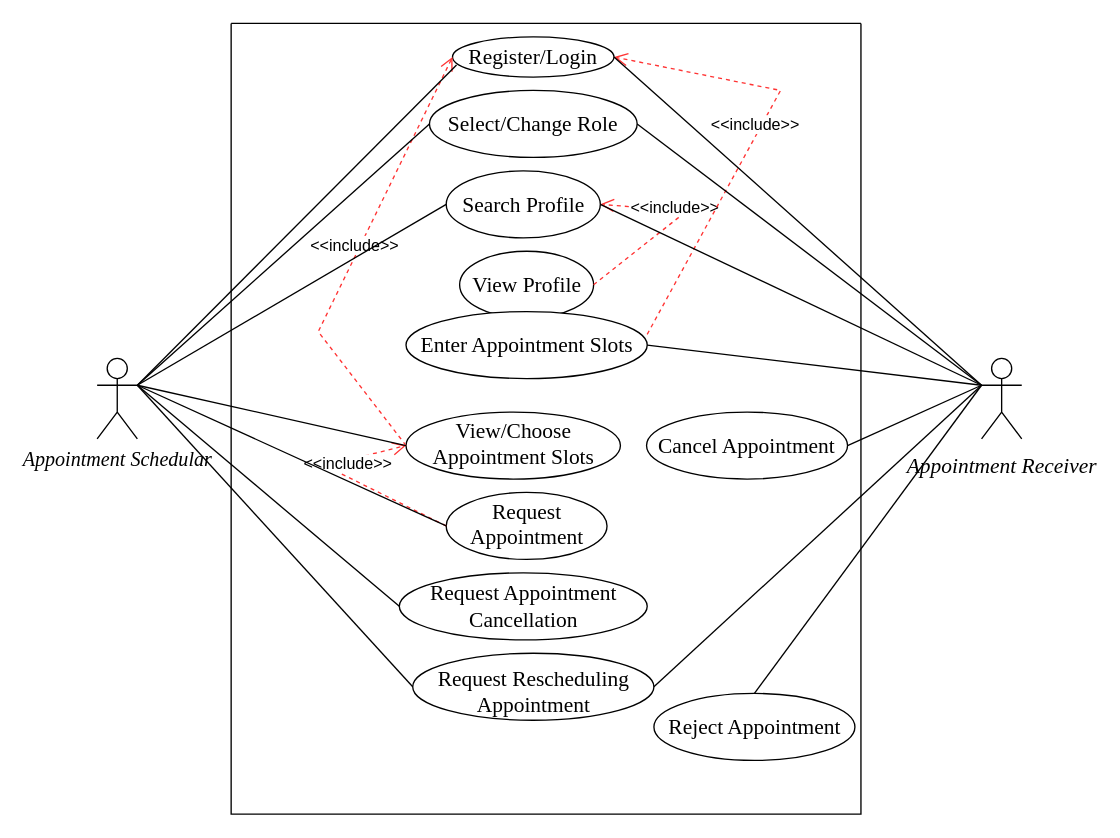
This is UseCase v1.1.drawio from Yash7200/CP-1, a draw.io file, before an edit. Source tidied: cells renumbered, new cells numbered last; positions are measured from the earlier drawing's top-left corner, leaving out a move shared by most shapes. Both pictures are drawn from the tidied source at 134%, with x=0, y=0 at pixel (96, 23).
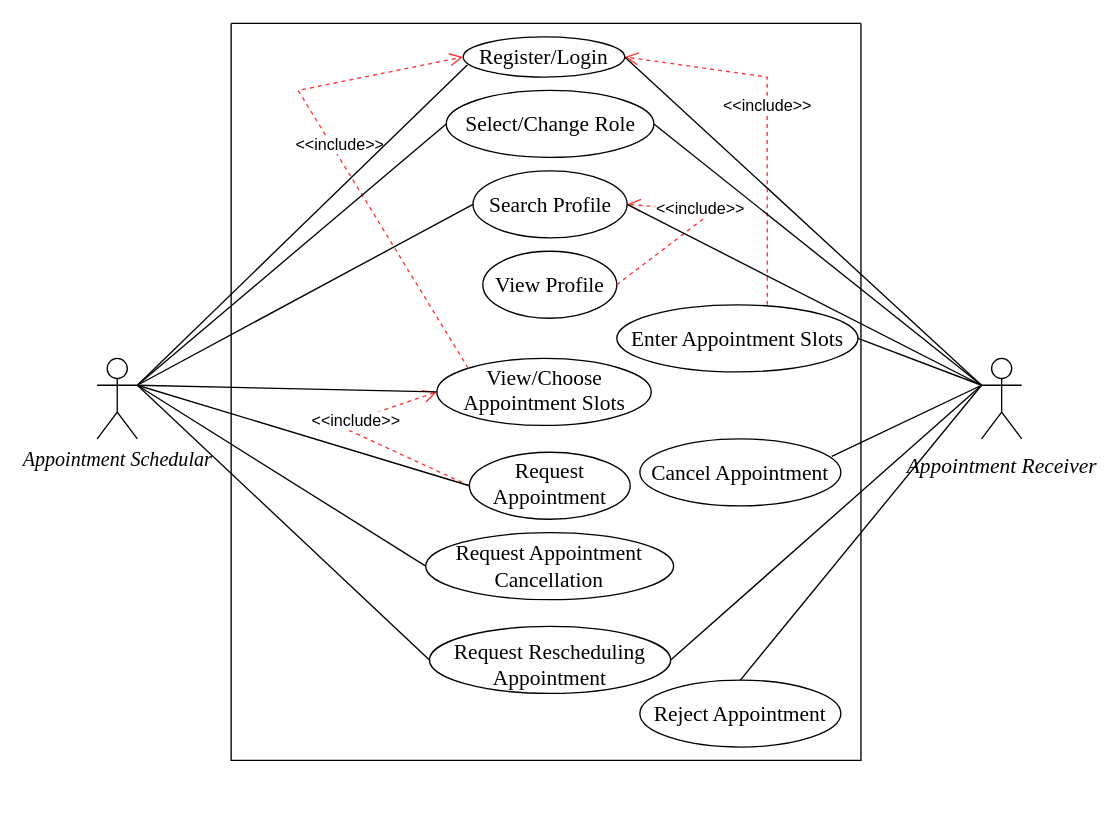
Above is the later version.

Unchanged cells that the change refers to:
```xml
<mxCell id="19" value="&lt;div&gt;Appointment Receiver&lt;/div&gt;&lt;div&gt;&lt;br&gt;&lt;/div&gt;" style="shape=umlActor;verticalLabelPosition=bottom;verticalAlign=middle;html=1;fontFamily=Times New Roman;fontSize=16;horizontal=1;fontStyle=2;" parent="1" vertex="1">
  <mxGeometry x="660" y="250" width="30" height="60" as="geometry" />
</mxCell>
```

What changed in the source:
```diff
@@
     <mxCell id="3" style="swimlane;startSize=0;" parent="1" vertex="1">
-      <mxGeometry x="100" width="470" height="590" as="geometry" />
+      <mxGeometry x="100" width="470" height="550" as="geometry" />
     </mxCell>
     <mxCell id="4" value="&lt;div&gt;Search Profile&lt;/div&gt;" style="ellipse;whiteSpace=wrap;html=1;fontFamily=Times New Roman;fontSize=16;" parent="3" vertex="1">
-      <mxGeometry x="160.5" y="110" width="115" height="50" as="geometry" />
+      <mxGeometry x="180.5" y="110" width="115" height="50" as="geometry" />
     </mxCell>
     <mxCell id="5" value="&lt;div&gt;View Profile&lt;/div&gt;" style="ellipse;whiteSpace=wrap;html=1;fontFamily=Times New Roman;fontSize=16;verticalAlign=middle;" parent="3" vertex="1">
-      <mxGeometry x="170.5" y="170" width="100" height="50" as="geometry" />
+      <mxGeometry x="187.8" y="170" width="100" height="50" as="geometry" />
     </mxCell>
     <mxCell id="6" value="Reject Appointment" style="ellipse;whiteSpace=wrap;html=1;fontFamily=Times New Roman;fontSize=16;verticalAlign=middle;" parent="3" vertex="1">
-      <mxGeometry x="315.5" y="500" width="150" height="50" as="geometry" />
+      <mxGeometry x="305" y="490" width="150" height="50" as="geometry" />
     </mxCell>
     <mxCell id="7" value="Request Rescheduling Appointment" style="ellipse;whiteSpace=wrap;html=1;fontFamily=Times New Roman;fontSize=16;verticalAlign=bottom;" parent="3" vertex="1">
-      <mxGeometry x="135.5" y="470" width="180" height="50" as="geometry" />
+      <mxGeometry x="148" y="450" width="180" height="50" as="geometry" />
     </mxCell>
     <mxCell id="8" value="Request Appointment Cancellation" style="ellipse;whiteSpace=wrap;html=1;fontFamily=Times New Roman;fontSize=16;" parent="3" vertex="1">
-      <mxGeometry x="125.5" y="410" width="185" height="50" as="geometry" />
+      <mxGeometry x="145.2" y="380" width="185" height="50" as="geometry" />
     </mxCell>
     <mxCell id="9" value="Enter Appointment Slots" style="ellipse;whiteSpace=wrap;html=1;fontFamily=Times New Roman;fontSize=16;verticalAlign=middle;" parent="3" vertex="1">
-      <mxGeometry x="130.5" y="215" width="180" height="50" as="geometry" />
+      <mxGeometry x="287.8" y="210" width="180" height="50" as="geometry" />
     </mxCell>
     <mxCell id="10" value="Register/Login" style="ellipse;whiteSpace=wrap;html=1;fontFamily=Times New Roman;fontSize=16;verticalAlign=middle;spacing=0;" parent="3" vertex="1">
-      <mxGeometry x="165.2" y="10" width="120.5" height="30" as="geometry" />
+      <mxGeometry x="173.2" y="10" width="120.5" height="30" as="geometry" />
     </mxCell>
     <mxCell id="11" value="&amp;lt;&amp;lt;include&amp;gt;&amp;gt;" style="verticalAlign=bottom;endArrow=open;dashed=1;endSize=8;rounded=0;fontSize=12;entryX=1;entryY=0.5;entryDx=0;entryDy=0;fontColor=#000000;labelBorderColor=none;html=1;strokeColor=#FF3333;exitX=1;exitY=0.5;exitDx=0;exitDy=0;" parent="3" edge="1" source="5" target="4">
       <mxGeometry relative="1" as="geometry">
         <Array as="points">
-          <mxPoint x="340" y="140" />
+          <mxPoint x="360" y="140" />
         </Array>
       </mxGeometry>
     </mxCell>
     <mxCell id="12" value="View/Choose Appointment Slots" style="ellipse;whiteSpace=wrap;html=1;fontFamily=Times New Roman;fontSize=16;verticalAlign=top;spacing=0;" parent="3" vertex="1">
-      <mxGeometry x="130.5" y="290" width="160" height="50" as="geometry" />
+      <mxGeometry x="153.5" y="250" width="160" height="50" as="geometry" />
     </mxCell>
     <mxCell id="13" value="Request Appointment" style="ellipse;whiteSpace=wrap;html=1;fontFamily=Times New Roman;fontSize=16;verticalAlign=top;spacing=0;" parent="3" vertex="1">
-      <mxGeometry x="160.5" y="350" width="120" height="50" as="geometry" />
+      <mxGeometry x="177.8" y="320" width="120" height="50" as="geometry" />
     </mxCell>
     <mxCell id="14" value="Cancel Appointment" style="ellipse;whiteSpace=wrap;html=1;fontFamily=Times New Roman;fontSize=16;verticalAlign=middle;" parent="3" vertex="1">
-      <mxGeometry x="310" y="290" width="150" height="50" as="geometry" />
+      <mxGeometry x="305" y="310" width="150" height="50" as="geometry" />
     </mxCell>
-    <mxCell id="15" value="&amp;lt;&amp;lt;include&amp;gt;&amp;gt;" style="verticalAlign=bottom;endArrow=open;dashed=1;endSize=8;rounded=0;fontSize=12;entryX=1;entryY=0.5;entryDx=0;entryDy=0;fontColor=#000000;labelBorderColor=none;html=1;strokeColor=#FF3333;exitX=1;exitY=0.34;exitDx=0;exitDy=0;exitPerimeter=0;" parent="3" edge="1" source="9" target="10">
+    <mxCell id="15" value="&amp;lt;&amp;lt;include&amp;gt;&amp;gt;" style="verticalAlign=bottom;endArrow=open;dashed=1;endSize=8;rounded=0;fontSize=12;entryX=1;entryY=0.5;entryDx=0;entryDy=0;fontColor=#000000;labelBorderColor=none;html=1;strokeColor=#FF3333;exitX=0.624;exitY=0;exitDx=0;exitDy=0;exitPerimeter=0;" parent="3" edge="1" source="9" target="10">
       <mxGeometry relative="1" as="geometry">
         <Array as="points">
-          <mxPoint x="410" y="50" />
+          <mxPoint x="400" y="40" />
         </Array>
       </mxGeometry>
     </mxCell>
-    <mxCell id="16" value="&amp;lt;&amp;lt;include&amp;gt;&amp;gt;" style="verticalAlign=bottom;endArrow=open;dashed=1;endSize=8;rounded=0;fontSize=12;entryX=0;entryY=0.5;entryDx=0;entryDy=0;fontColor=#000000;labelBorderColor=none;html=1;strokeColor=#FF3333;exitX=0;exitY=0.5;exitDx=0;exitDy=0;" parent="3" edge="1" source="12" target="10">
+    <mxCell id="16" value="&amp;lt;&amp;lt;include&amp;gt;&amp;gt;" style="verticalAlign=bottom;endArrow=open;dashed=1;endSize=8;rounded=0;fontSize=12;entryX=0;entryY=0.5;entryDx=0;entryDy=0;fontColor=#000000;labelBorderColor=none;html=1;strokeColor=#FF3333;exitX=0;exitY=0;exitDx=0;exitDy=0;" parent="3" edge="1" source="12" target="10">
       <mxGeometry relative="1" as="geometry">
         <Array as="points">
-          <mxPoint x="65" y="230" />
+          <mxPoint x="50" y="50" />
         </Array>
       </mxGeometry>
     </mxCell>
     <mxCell id="17" value="&amp;lt;&amp;lt;include&amp;gt;&amp;gt;" style="verticalAlign=bottom;endArrow=open;dashed=1;endSize=8;rounded=0;fontSize=12;entryX=0;entryY=0.5;entryDx=0;entryDy=0;fontColor=#000000;labelBorderColor=none;html=1;strokeColor=#FF3333;exitX=0;exitY=0.5;exitDx=0;exitDy=0;" parent="3" edge="1" source="13" target="12">
       <mxGeometry relative="1" as="geometry">
         <Array as="points">
-          <mxPoint x="70" y="330" />
+          <mxPoint x="80" y="300" />
         </Array>
       </mxGeometry>
     </mxCell>
     <mxCell id="18" value="&lt;div&gt;Select/Change Role&lt;br&gt;&lt;/div&gt;" style="ellipse;whiteSpace=wrap;html=1;fontFamily=Times New Roman;fontSize=16;verticalAlign=middle;" parent="3" vertex="1">
-      <mxGeometry x="148" y="50" width="155" height="50" as="geometry" />
+      <mxGeometry x="160.5" y="50" width="155" height="50" as="geometry" />
     </mxCell>
@@
-    <mxCell id="31" style="endArrow=none;html=1;rounded=0;labelBorderColor=none;strokeColor=#000000;fontSize=12;fontColor=#000000;entryX=1;entryY=0.5;entryDx=0;entryDy=0;exitX=0;exitY=0.3333333333333333;exitDx=0;exitDy=0;exitPerimeter=0;" parent="1" edge="1" source="19" target="14">
+    <mxCell id="31" style="endArrow=none;html=1;rounded=0;labelBorderColor=none;strokeColor=#000000;fontSize=12;fontColor=#000000;entryX=0.955;entryY=0.26;entryDx=0;entryDy=0;exitX=0;exitY=0.3333333333333333;exitDx=0;exitDy=0;exitPerimeter=0;entryPerimeter=0;" parent="1" edge="1" source="19" target="14">
       <mxGeometry relative="1" as="geometry" />
     </mxCell>
```
